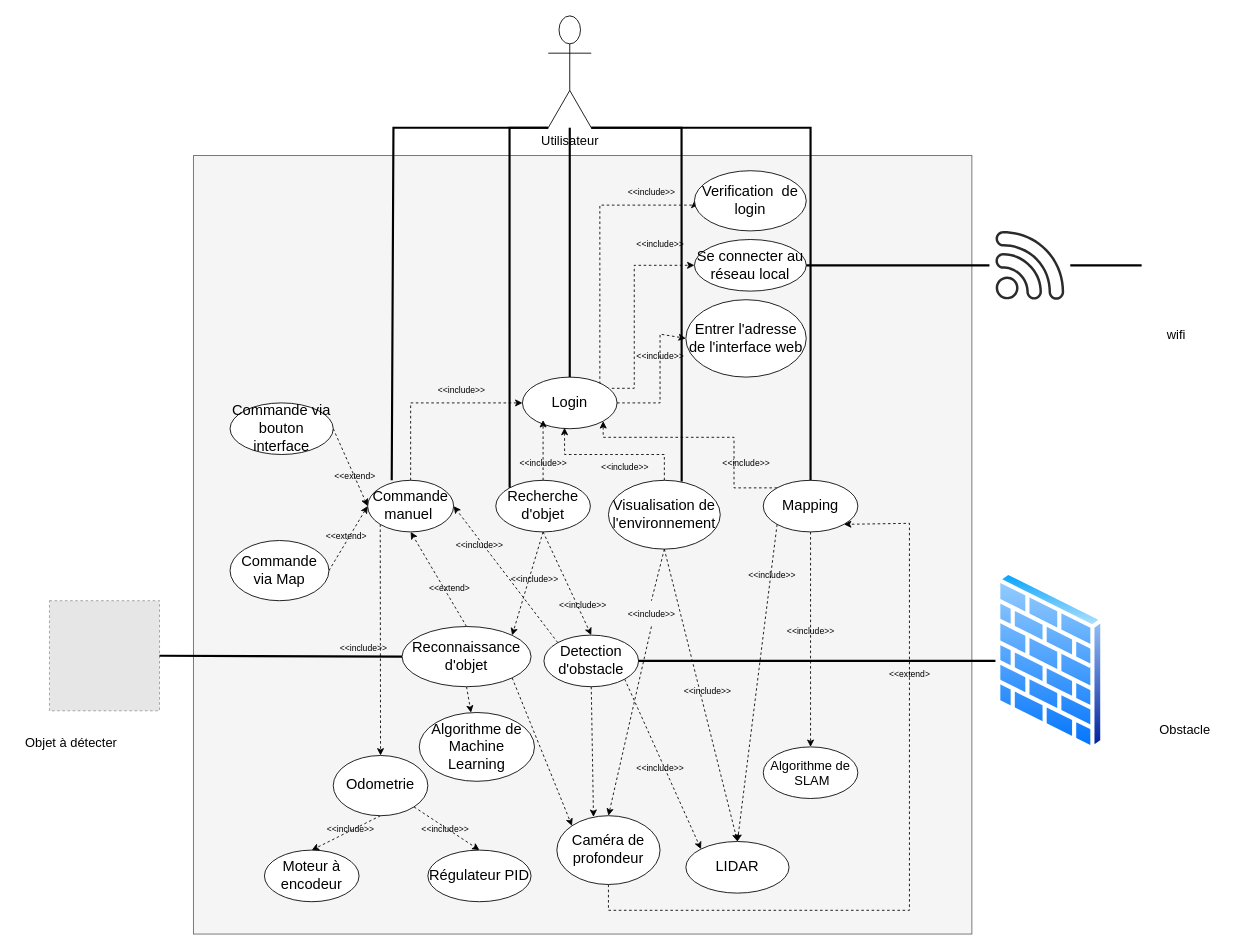
This is Diagramme sans nom.drawio from BigZ2000/zbot_5G, a draw.io file, before an edit. Source tidied: cells renumbered, new cells numbered last; positions are measured from the earlier drawing's top-left corner, leaving out a move shared by most shapes. Both pictures are drawn from the tidied source at 86%, with x=0, y=0 at pixel (15, 15). Pictures stored in the file or linked from it are replaced by grey dashed boxes.
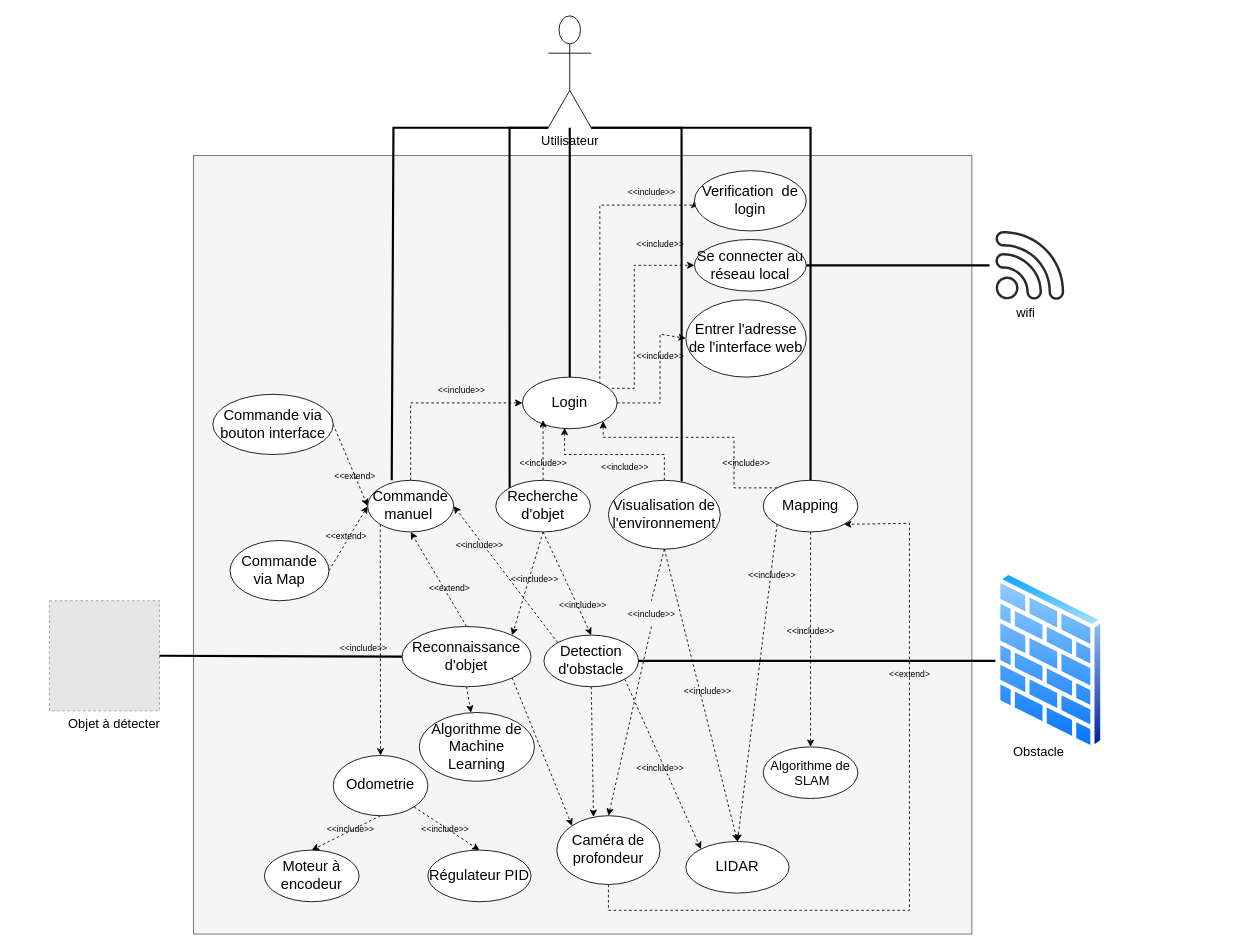
After the change.

Commit message:
Mettre à jour Diagramme sans nom.drawio

The change refers to these unchanged cells:
```xml
<mxCell id="86" style="sketch=0;shadow=0;html=1;strokeColor=none;fillColor=#2A2B2B;labelPosition=center;verticalLabelPosition=bottom;verticalAlign=top;align=center;outlineConnect=0;shape=mxgraph.vvd.wi_fi;fontSize=10;perimeterSpacing=7;" parent="1" vertex="1">
  <mxGeometry x="1140" y="250" width="80" height="80" as="geometry" />
</mxCell>
```

What changed in the source:
```diff
@@
     <mxCell id="46" value="Commande via bouton interface" style="ellipse;whiteSpace=wrap;html=1;fontSize=17;" parent="1" vertex="1">
-      <mxGeometry x="250" y="450" width="120" height="60" as="geometry" />
+      <mxGeometry x="230" y="440" width="140" height="70" as="geometry" />
     </mxCell>
@@
-    <mxCell id="74" style="endArrow=none;html=1;rounded=0;fontSize=15;exitX=1;exitY=0.5;exitDx=0;exitDy=0;strokeWidth=2.5;startArrow=none;" parent="1" edge="1" source="86">
-      <mxGeometry relative="1" as="geometry">
-        <mxPoint x="1310" y="290" as="targetPoint" />
-      </mxGeometry>
-    </mxCell>
@@
     <mxCell id="76" value="Objet à détecter" style="text;html=1;align=center;verticalAlign=middle;strokeColor=none;fillColor=none;fontSize=15;" parent="1" vertex="1">
-      <mxGeometry y="830" width="130" height="30" as="geometry" />
+      <mxGeometry x="50" y="808" width="130" height="30" as="geometry" />
     </mxCell>
@@
     <mxCell id="80" value="&lt;font style=&quot;font-size: 15px;&quot;&gt;Obstacle&lt;/font&gt;" style="text;html=1;align=center;verticalAlign=middle;strokeColor=none;fillColor=none;fontSize=15;" parent="1" vertex="1">
-      <mxGeometry x="1320" y="814" width="80" height="30" as="geometry" />
+      <mxGeometry x="1150" y="840" width="80" height="30" as="geometry" />
     </mxCell>
     <mxCell id="81" value="wifi" style="text;html=1;align=center;verticalAlign=middle;strokeColor=none;fillColor=none;fontSize=15;" parent="1" vertex="1">
-      <mxGeometry x="1325" y="355" width="50" height="30" as="geometry" />
+      <mxGeometry x="1150" y="330" width="50" height="30" as="geometry" />
     </mxCell>
```
